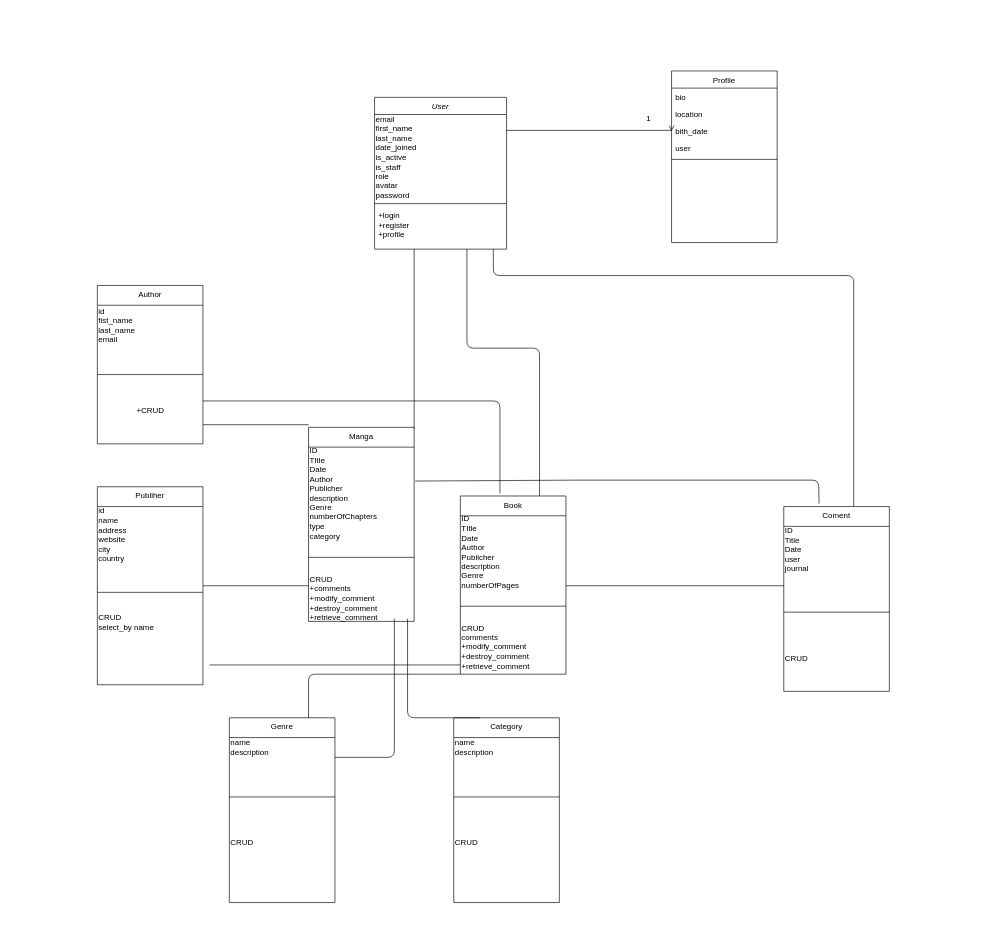
This is Report and UML diagram/Untitled Diagram.drawio from niayz10/Golang-application-development, a draw.io file, before an edit. Source tidied: cells renumbered, new cells numbered last; positions are measured from the earlier drawing's top-left corner, leaving out a move shared by most shapes. Both pictures are drawn from the tidied source at 66%, with x=0, y=0 at pixel (97, 71).
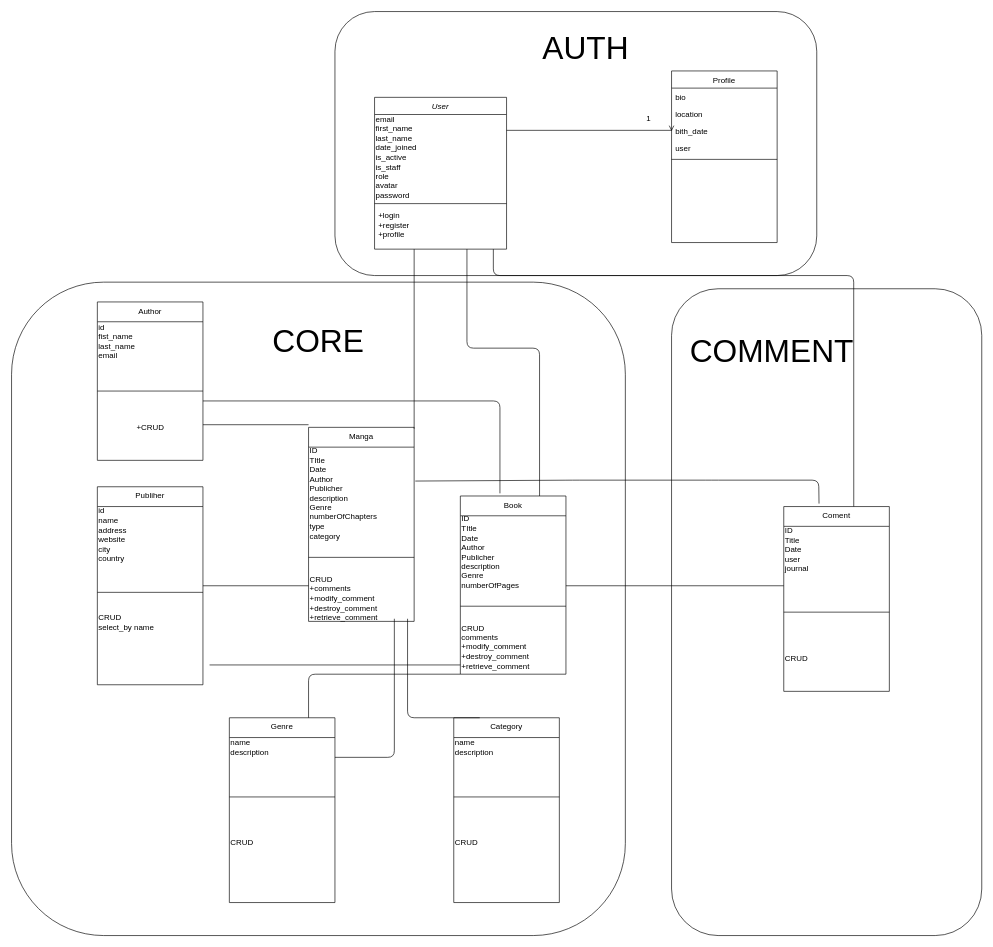
Above is the later version.

What changed in the source:
```diff
@@
+    <mxCell id="54" style="rounded=1;whiteSpace=wrap;html=1;fontSize=48;" parent="1" vertex="1">
+      <mxGeometry x="870" y="330" width="470" height="980" as="geometry" />
+    </mxCell>
+    <mxCell id="55" style="rounded=1;whiteSpace=wrap;html=1;fontSize=48;" parent="1" vertex="1">
+      <mxGeometry x="360" y="-90" width="730" height="400" as="geometry" />
+    </mxCell>
+    <mxCell id="56" style="rounded=1;whiteSpace=wrap;html=1;" parent="1" vertex="1">
+      <mxGeometry x="-130" y="320" width="930" height="990" as="geometry" />
+    </mxCell>
@@
     <mxCell id="16" value="Author" style="swimlane;fontStyle=0;align=center;verticalAlign=top;horizontal=1;startSize=30;rounded=0;shadow=0;strokeWidth=1;" parent="1" vertex="1">
-      <mxGeometry y="325" width="160" height="240" as="geometry" />
+      <mxGeometry y="350" width="160" height="240" as="geometry" />
     </mxCell>
@@
+    <mxCell id="57" value="&lt;font style=&quot;font-size: 48px&quot;&gt;CORE&lt;/font&gt;" style="text;html=1;strokeColor=none;fillColor=none;align=center;verticalAlign=middle;whiteSpace=wrap;rounded=0;" parent="1" vertex="1">
+      <mxGeometry x="230" y="370" width="210" height="80" as="geometry" />
+    </mxCell>
+    <mxCell id="58" value="AUTH" style="text;html=1;strokeColor=none;fillColor=none;align=center;verticalAlign=middle;whiteSpace=wrap;rounded=0;fontSize=48;" parent="1" vertex="1">
+      <mxGeometry x="710" y="-50" width="60" height="30" as="geometry" />
+    </mxCell>
+    <mxCell id="59" value="COMMENT" style="text;html=1;strokeColor=none;fillColor=none;align=center;verticalAlign=middle;whiteSpace=wrap;rounded=0;fontSize=48;" parent="1" vertex="1">
+      <mxGeometry x="934" y="410" width="176" height="30" as="geometry" />
+    </mxCell>
```
